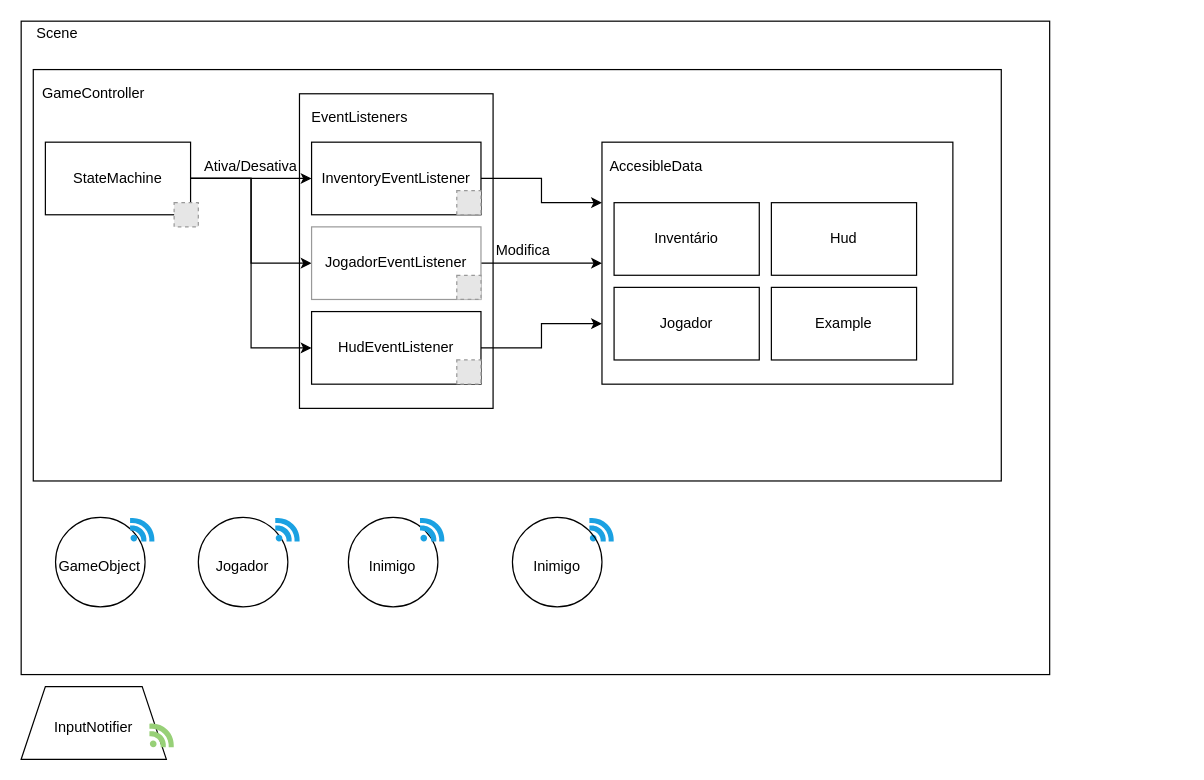
Above: page "[HDL] PubSub v2" (5 of 6) of 1nnocent.drawio in Hollow-Ice-Studio/GitInitials (draw.io), before the change. Source tidied: cells renumbered, new cells numbered last; positions are measured from the earlier drawing's top-left corner, leaving out a move shared by most shapes. Both pictures are drawn from the tidied source at 121%, with x=0, y=0 at pixel (21, 21). Pictures stored in the file or linked from it are replaced by grey dashed boxes.
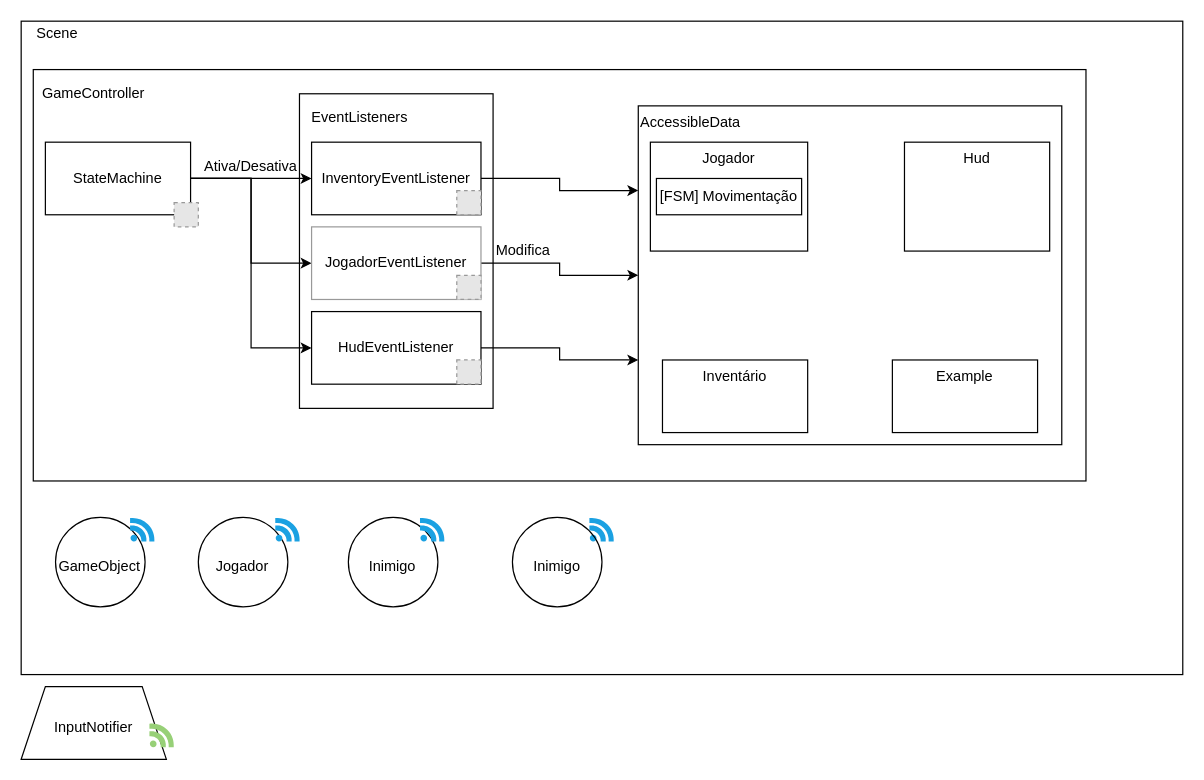
Above is the later version.

The edit, as a diff of the source:
```diff
@@
     <mxCell id="2" style="rounded=0;whiteSpace=wrap;html=1;labelBackgroundColor=none;strokeColor=#000000;fillColor=none;fontSize=24;fontColor=#B5739D;align=left;" parent="1" vertex="1">
-      <mxGeometry width="850" height="540" as="geometry" />
+      <mxGeometry width="960" height="540" as="geometry" />
     </mxCell>
     <mxCell id="3" style="rounded=0;whiteSpace=wrap;html=1;labelBackgroundColor=none;fillColor=none;fontSize=12;fontColor=#000000;align=left;" parent="1" vertex="1">
-      <mxGeometry x="10" y="40" width="800" height="340" as="geometry" />
+      <mxGeometry x="10" y="40" width="870" height="340" as="geometry" />
     </mxCell>
@@
-    <mxCell id="5" style="rounded=0;whiteSpace=wrap;html=1;labelBackgroundColor=none;strokeColor=#000000;fillColor=none;fontSize=12;fontColor=#000000;align=left;" parent="1" vertex="1">
-      <mxGeometry x="480" y="100" width="290" height="200" as="geometry" />
+    <mxCell id="5" value="AccessibleData" style="rounded=0;whiteSpace=wrap;html=1;labelBackgroundColor=none;strokeColor=#000000;fillColor=none;fontSize=12;fontColor=#000000;align=left;verticalAlign=top;" parent="1" vertex="1">
+      <mxGeometry x="510" y="70" width="350" height="280" as="geometry" />
     </mxCell>
@@
-    <mxCell id="18" value="Jogador" style="rounded=0;whiteSpace=wrap;html=1;" parent="1" vertex="1">
-      <mxGeometry x="490" y="220" width="120" height="60" as="geometry" />
+    <mxCell id="18" value="Jogador" style="rounded=0;whiteSpace=wrap;html=1;verticalAlign=top;align=center;" parent="1" vertex="1">
+      <mxGeometry x="520" y="100" width="130" height="90" as="geometry" />
     </mxCell>
-    <mxCell id="19" value="Inventário" style="rounded=0;whiteSpace=wrap;html=1;" parent="1" vertex="1">
-      <mxGeometry x="490" y="150" width="120" height="60" as="geometry" />
+    <mxCell id="19" value="Inventário" style="rounded=0;whiteSpace=wrap;html=1;verticalAlign=top;" parent="1" vertex="1">
+      <mxGeometry x="530" y="280" width="120" height="60" as="geometry" />
     </mxCell>
@@
-    <mxCell id="21" value="AccesibleData" style="text;html=1;strokeColor=none;fillColor=none;align=center;verticalAlign=middle;whiteSpace=wrap;rounded=0;labelBackgroundColor=none;fontSize=12;fontColor=#000000;" parent="1" vertex="1">
-      <mxGeometry x="490" y="110" width="70" height="20" as="geometry" />
-    </mxCell>
-    <mxCell id="22" value="Hud" style="rounded=0;whiteSpace=wrap;html=1;" parent="1" vertex="1">
-      <mxGeometry x="620" y="150" width="120" height="60" as="geometry" />
+    <mxCell id="22" value="Hud" style="rounded=0;whiteSpace=wrap;html=1;verticalAlign=top;align=center;" parent="1" vertex="1">
+      <mxGeometry x="730" y="100" width="120" height="90" as="geometry" />
     </mxCell>
@@
-    <mxCell id="39" value="Example" style="rounded=0;whiteSpace=wrap;html=1;" parent="1" vertex="1">
-      <mxGeometry x="620" y="220" width="120" height="60" as="geometry" />
+    <mxCell id="39" value="Example" style="rounded=0;whiteSpace=wrap;html=1;verticalAlign=top;" parent="1" vertex="1">
+      <mxGeometry x="720" y="280" width="120" height="60" as="geometry" />
     </mxCell>
+    <mxCell id="40" value="[FSM] Movimentação" style="rounded=0;whiteSpace=wrap;html=1;align=center;" parent="1" vertex="1">
+      <mxGeometry x="525" y="130" width="120" height="30" as="geometry" />
+    </mxCell>
```
